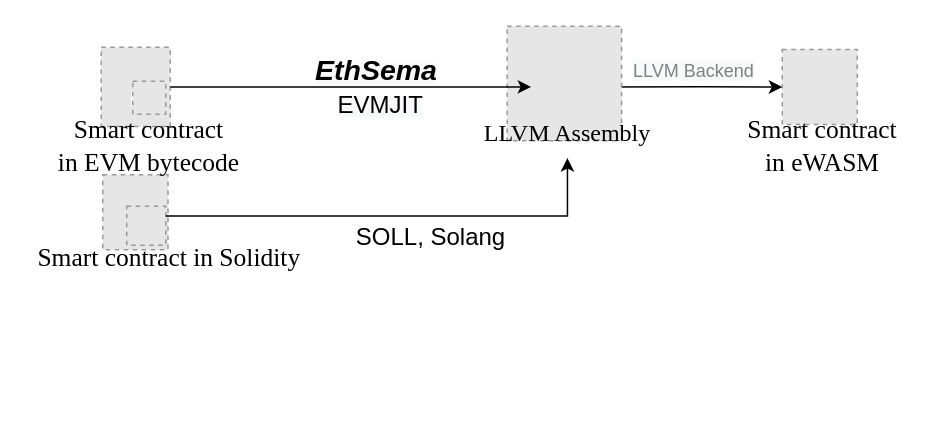
Earlier version of the draw.io diagram page "Copy of allworlflow" (10 of 14) of Untitled Diagram.drawio (Kenun99/drawio.repo). Source tidied: cells renumbered, new cells numbered last; positions are measured from the earlier drawing's top-left corner, leaving out a move shared by most shapes. Both pictures are drawn from the tidied source at 150%, with x=0, y=0 at pixel (26, 26). Pictures stored in the file or linked from it are replaced by grey dashed boxes.
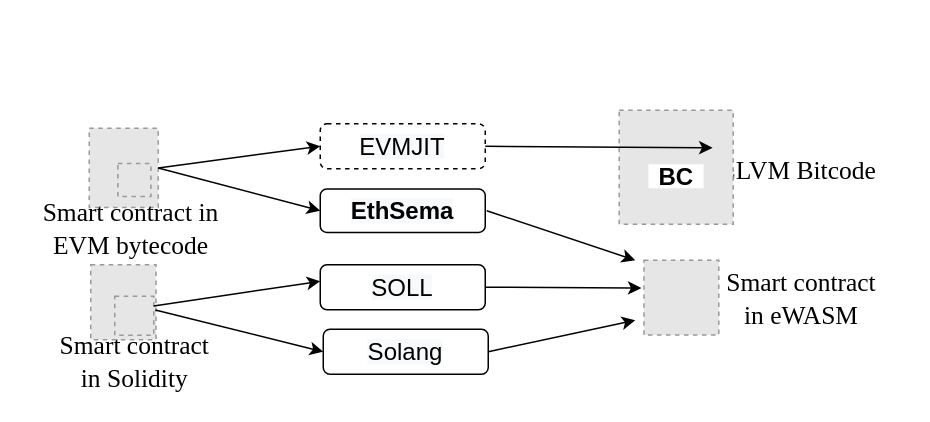
Above is the later version.

Unchanged cells that the change refers to:
```xml
<mxCell id="12" style="fillColor=#E6E6E6;strokeColor=#999999;dashed=1;verticalLabelPosition=bottom;labelBackgroundColor=#ffffff;verticalAlign=top;fontSize=18;" parent="11" vertex="1">
  <mxGeometry width="43.5" height="50" as="geometry" />
</mxCell>
<mxCell id="18" style="fillColor=#E6E6E6;strokeColor=#999999;dashed=1;verticalLabelPosition=bottom;labelBackgroundColor=default;verticalAlign=top;" parent="11" vertex="1">
  <mxGeometry x="16" y="21" width="26" height="26" as="geometry" />
</mxCell>
```

What changed in the source:
```diff
@@
     <mxCell id="2" style="fillColor=#E6E6E6;strokeColor=#999999;dashed=1;verticalLabelPosition=bottom;labelBackgroundColor=#ffffff;verticalAlign=top;fontColor=#000000;fontSize=18;" parent="1" vertex="1">
-      <mxGeometry x="504" y="15.5" width="50" height="50" as="geometry" />
+      <mxGeometry x="411.8" y="156" width="49.9" height="49.9" as="geometry" />
     </mxCell>
     <mxCell id="3" value="&lt;font style=&quot;font-size: 17px&quot; color=&quot;#000000&quot;&gt;Smart contract&lt;br&gt;in eWASM&lt;/font&gt;" style="text;html=1;strokeColor=none;fillColor=none;align=center;verticalAlign=middle;whiteSpace=wrap;rounded=0;labelBackgroundColor=none;fontFamily=Times New Roman;fontSize=18;fontColor=#666666;fontStyle=0;" parent="1" vertex="1">
-      <mxGeometry x="476" y="65" width="110" height="30" as="geometry" />
+      <mxGeometry x="461.8" y="166.6" width="110" height="30" as="geometry" />
     </mxCell>
-    <mxCell id="4" style="edgeStyle=orthogonalEdgeStyle;rounded=0;jettySize=auto;html=1;exitX=0.78;exitY=0.53;exitDx=0;exitDy=0;fontSize=17;exitPerimeter=0;" parent="1" edge="1" source="9" target="2">
-      <mxGeometry relative="1" as="geometry" />
-    </mxCell>
-    <mxCell id="5" value="&lt;font style=&quot;font-size: 16px&quot;&gt;SOLL, Solang&lt;/font&gt;" style="text;html=1;strokeColor=none;fillColor=none;align=center;verticalAlign=middle;whiteSpace=wrap;rounded=0;fontSize=17;fontColor=#000000;" parent="1" vertex="1">
-      <mxGeometry x="187" y="133" width="166" height="15" as="geometry" />
-    </mxCell>
-    <mxCell id="6" value="&lt;i style=&quot;color: rgb(0 , 0 , 0) ; font-family: &amp;#34;helvetica&amp;#34; ; font-weight: 400 ; letter-spacing: normal ; text-align: center ; text-indent: 0px ; text-transform: none ; word-spacing: 0px ; background-color: rgb(248 , 249 , 250)&quot;&gt;&lt;b&gt;&lt;font style=&quot;font-size: 19px&quot;&gt;EthSema&lt;/font&gt;&lt;/b&gt;&lt;/i&gt;" style="text;whiteSpace=wrap;html=1;fontSize=12;fontColor=#808080;" parent="1" vertex="1">
-      <mxGeometry x="191" y="12" width="100" height="30" as="geometry" />
-    </mxCell>
-    <mxCell id="7" value="&lt;span style=&quot;color: rgb(0 , 0 , 0) ; font-family: &amp;#34;helvetica&amp;#34; ; font-style: normal ; font-weight: 400 ; letter-spacing: normal ; text-align: center ; text-indent: 0px ; text-transform: none ; word-spacing: 0px ; background-color: rgb(248 , 249 , 250) ; display: inline ; float: none&quot;&gt;&lt;font style=&quot;font-size: 16px&quot;&gt;EVMJIT&lt;/font&gt;&lt;/span&gt;" style="text;whiteSpace=wrap;html=1;fontSize=12;fontColor=#808080;" parent="1" vertex="1">
-      <mxGeometry x="206" y="36" width="60" height="30" as="geometry" />
-    </mxCell>
-    <mxCell id="8" value="&lt;span style=&quot;font-family: &amp;#34;helvetica&amp;#34; ; font-size: 12px ; font-style: normal ; font-weight: 400 ; letter-spacing: normal ; text-align: center ; text-indent: 0px ; text-transform: none ; word-spacing: 0px ; background-color: rgb(248 , 249 , 250) ; display: inline ; float: none&quot;&gt;&lt;font color=&quot;#808080&quot;&gt;LLVM Backend&lt;/font&gt;&lt;/span&gt;" style="text;whiteSpace=wrap;html=1;" parent="1" vertex="1">
-      <mxGeometry x="403" y="15.5" width="110" height="30" as="geometry" />
-    </mxCell>
-    <mxCell id="9" style="fillColor=#E6E6E6;strokeColor=#999999;dashed=1;verticalLabelPosition=bottom;labelBackgroundColor=default;verticalAlign=top;" parent="1" vertex="1">
-      <mxGeometry x="320.6" width="76.3" height="76.3" as="geometry" />
-    </mxCell>
-    <mxCell id="10" value="&lt;font color=&quot;#000000&quot; style=&quot;font-size: 16px&quot;&gt;LLVM Assembly&lt;/font&gt;" style="text;html=1;align=center;verticalAlign=middle;whiteSpace=wrap;rounded=0;labelBackgroundColor=none;fontFamily=Times New Roman;fontSize=18;" parent="1" vertex="1">
-      <mxGeometry x="275.8" y="54.3" width="170" height="33.6" as="geometry" />
-    </mxCell>
     <mxCell id="11" style="group;" parent="1" vertex="1">
-      <mxGeometry x="51" y="99" width="46" height="52.9" as="geometry" />
+      <mxGeometry x="43" y="159" width="46" height="52.9" as="geometry" />
     </mxCell>
@@
-    <mxCell id="19" style="edgeStyle=orthogonalEdgeStyle;rounded=0;jettySize=auto;html=1;exitX=1;exitY=0.25;exitDx=0;exitDy=0;" parent="1" edge="1" source="18" target="10">
-      <mxGeometry relative="1" as="geometry" />
-    </mxCell>
-    <mxCell id="20" value="&lt;font style=&quot;font-size: 17px&quot;&gt;Smart contract in Solidity&lt;/font&gt;" style="text;strokeColor=none;fillColor=none;html=1;fontSize=18;fontStyle=0;verticalAlign=middle;align=center;fontFamily=Times New Roman;fontColor=#000000;rounded=0;labelBackgroundColor=none;" parent="1" vertex="1">
-      <mxGeometry y="145" width="189" height="17.4" as="geometry" />
+    <mxCell id="20" value="&lt;font style=&quot;font-size: 17px&quot;&gt;Smart contract &lt;br&gt;in Solidity&lt;/font&gt;" style="text;strokeColor=none;fillColor=none;html=1;fontSize=18;fontStyle=0;verticalAlign=middle;align=center;fontFamily=Times New Roman;fontColor=#000000;rounded=0;labelBackgroundColor=none;" parent="1" vertex="1">
+      <mxGeometry x="22" y="215.9" width="99" height="17.1" as="geometry" />
     </mxCell>
     <mxCell id="21" style="edgeStyle=orthogonalEdgeStyle;rounded=0;orthogonalLoop=1;jettySize=auto;html=1;exitX=0.5;exitY=1;exitDx=0;exitDy=0;fontFamily=Times New Roman;fontSize=18;fontColor=#666666;" parent="1" edge="1">
       <mxGeometry relative="1" as="geometry">
-        <mxPoint x="114" y="102" as="sourcePoint" />
-        <mxPoint x="114" y="102" as="targetPoint" />
+        <mxPoint x="95" y="158" as="sourcePoint" />
+        <mxPoint x="95" y="158" as="targetPoint" />
       </mxGeometry>
     </mxCell>
     <mxCell id="22" style="group;" parent="1" vertex="1">
-      <mxGeometry x="50" y="12" width="108" height="82.9" as="geometry" />
+      <mxGeometry x="28" y="68" width="108" height="82.9" as="geometry" />
     </mxCell>
     <mxCell id="23" style="fillColor=#E6E6E6;strokeColor=#999999;dashed=1;verticalLabelPosition=bottom;labelBackgroundColor=#ffffff;verticalAlign=top;fontSize=18;" parent="22" vertex="1">
-      <mxGeometry y="2" width="46" height="52.9" as="geometry" />
+      <mxGeometry x="14" width="46" height="52.9" as="geometry" />
     </mxCell>
     <mxCell id="24" style="rounded=0;whiteSpace=wrap;html=1;strokeColor=none;" parent="22" vertex="1">
-      <mxGeometry x="20" y="31.4" width="10" height="10" as="geometry" />
+      <mxGeometry x="34" y="29.4" width="10" height="10" as="geometry" />
     </mxCell>
     <mxCell id="25" style="rounded=0;whiteSpace=wrap;html=1;strokeColor=none;" parent="22" vertex="1">
-      <mxGeometry x="24.1" y="26.4" width="10" height="10" as="geometry" />
+      <mxGeometry x="38.1" y="24.4" width="10" height="10" as="geometry" />
     </mxCell>
     <mxCell id="26" style="rounded=0;whiteSpace=wrap;html=1;strokeColor=none;" parent="22" vertex="1">
-      <mxGeometry x="24.1" y="35.4" width="10" height="10" as="geometry" />
+      <mxGeometry x="37.1" y="35.4" width="10" height="10" as="geometry" />
     </mxCell>
     <mxCell id="27" style="rounded=0;whiteSpace=wrap;html=1;strokeColor=none;" parent="22" vertex="1">
-      <mxGeometry x="29" y="26.4" width="10" height="10" as="geometry" />
+      <mxGeometry x="43" y="24.4" width="10" height="10" as="geometry" />
     </mxCell>
     <mxCell id="28" style="rounded=0;whiteSpace=wrap;html=1;strokeColor=none;" parent="22" vertex="1">
-      <mxGeometry x="29.1" y="35.4" width="10" height="10" as="geometry" />
+      <mxGeometry x="43.1" y="34.4" width="10" height="10" as="geometry" />
     </mxCell>
+    <mxCell id="30" value="&lt;font style=&quot;font-size: 17px&quot; color=&quot;#000000&quot;&gt;Smart contract in EVM bytecode&lt;/font&gt;" style="text;html=1;strokeColor=none;fillColor=none;align=center;verticalAlign=middle;whiteSpace=wrap;rounded=0;labelBackgroundColor=none;fontFamily=Times New Roman;fontSize=18;fontColor=#666666;fontStyle=0;" parent="22" vertex="1">
+      <mxGeometry x="-20" y="51.9" width="124" height="30" as="geometry" />
+    </mxCell>
     <mxCell id="29" style="fillColor=#E6E6E6;strokeColor=#999999;dashed=1;verticalLabelPosition=bottom;labelBackgroundColor=#ffffff;verticalAlign=top;fontSize=18;" parent="22" vertex="1">
-      <mxGeometry x="21" y="24.6" width="22" height="22" as="geometry" />
+      <mxGeometry x="33.1" y="23.5" width="22" height="22" as="geometry" />
     </mxCell>
-    <mxCell id="30" value="&lt;font style=&quot;font-size: 17px&quot; color=&quot;#000000&quot;&gt;Smart contract&lt;br&gt;in EVM bytecode&lt;/font&gt;" style="text;html=1;strokeColor=none;fillColor=none;align=center;verticalAlign=middle;whiteSpace=wrap;rounded=0;labelBackgroundColor=none;fontFamily=Times New Roman;fontSize=18;fontColor=#666666;fontStyle=0;" parent="22" vertex="1">
-      <mxGeometry x="-44" y="52.9" width="152" height="30" as="geometry" />
-    </mxCell>
-    <mxCell id="31" style="edgeStyle=orthogonalEdgeStyle;rounded=0;jettySize=auto;html=1;entryX=0.21;entryY=0.53;entryDx=0;entryDy=0;entryPerimeter=0;" parent="1" edge="1" source="23" target="9">
-      <mxGeometry relative="1" as="geometry" />
-    </mxCell>
+    <mxCell id="32" value="&lt;font color=&quot;#000000&quot;&gt;&lt;span style=&quot;font-size: 17px&quot;&gt;LLVM Bitcode&lt;/span&gt;&lt;/font&gt;" style="text;html=1;strokeColor=none;fillColor=none;align=center;verticalAlign=middle;whiteSpace=wrap;rounded=0;labelBackgroundColor=none;fontFamily=Times New Roman;fontSize=18;fontColor=#666666;fontStyle=0;" parent="1" vertex="1">
+      <mxGeometry x="459.8" y="80.5" width="110" height="30" as="geometry" />
+    </mxCell>
+    <mxCell id="33" style="fillColor=#E6E6E6;strokeColor=#999999;dashed=1;verticalLabelPosition=bottom;labelBackgroundColor=default;verticalAlign=top;" parent="1" vertex="1">
+      <mxGeometry x="395.3" y="56" width="76" height="76" as="geometry" />
+    </mxCell>
+    <mxCell id="34" value="&lt;b&gt;BC&lt;/b&gt;" style="rounded=0;whiteSpace=wrap;html=1;fontSize=16;strokeColor=none;" parent="1" vertex="1">
+      <mxGeometry x="414.8" y="92" width="36.8" height="16" as="geometry" />
+    </mxCell>
+    <mxCell id="7" value="&lt;span style=&quot;color: rgb(0, 0, 0); font-family: helvetica; font-size: 16px; font-style: normal; font-weight: 400; letter-spacing: normal; text-align: center; text-indent: 0px; text-transform: none; word-spacing: 0px; background-color: rgb(248, 249, 250); display: inline; float: none;&quot;&gt;EVMJIT&lt;/span&gt;" style="rounded=1;whiteSpace=wrap;html=1;fontSize=16;fillColor=default;dashed=1;" parent="1" vertex="1">
+      <mxGeometry x="196" y="65" width="110" height="30" as="geometry" />
+    </mxCell>
+    <mxCell id="6" value="&lt;span style=&quot;color: rgb(0, 0, 0); font-family: helvetica; font-size: 16px; font-style: normal; letter-spacing: normal; text-align: center; text-indent: 0px; text-transform: none; word-spacing: 0px; background-color: rgb(248, 249, 250); display: inline; float: none;&quot;&gt;EthSema&lt;/span&gt;" style="rounded=1;whiteSpace=wrap;html=1;fontSize=16;fillColor=default;fontStyle=1;" parent="1" vertex="1">
+      <mxGeometry x="196" y="108.5" width="110" height="29" as="geometry" />
+    </mxCell>
+    <mxCell id="35" style="endArrow=classic;html=1;rounded=0;fontSize=16;exitX=1;exitY=0.25;exitDx=0;exitDy=0;" parent="1" edge="1" source="18">
+      <mxGeometry relative="1" as="geometry">
+        <mxPoint x="196" y="170" as="targetPoint" />
+      </mxGeometry>
+    </mxCell>
+    <mxCell id="36" style="endArrow=classic;html=1;rounded=0;fontSize=16;exitX=0.99;exitY=0.604;exitDx=0;exitDy=0;exitPerimeter=0;entryX=0;entryY=0.5;entryDx=0;entryDy=0;" parent="1" edge="1" source="12" target="43">
+      <mxGeometry relative="1" as="geometry" />
+    </mxCell>
+    <mxCell id="37" style="endArrow=classic;html=1;rounded=0;fontSize=16;entryX=-0.034;entryY=0.371;entryDx=0;entryDy=0;exitX=1;exitY=0.5;exitDx=0;exitDy=0;entryPerimeter=0;" parent="1" edge="1" source="42" target="2">
+      <mxGeometry relative="1" as="geometry" />
+    </mxCell>
+    <mxCell id="38" style="endArrow=classic;html=1;rounded=0;fontSize=16;exitX=1;exitY=0.5;exitDx=0;exitDy=0;" parent="1" edge="1" source="43">
+      <mxGeometry relative="1" as="geometry">
+        <mxPoint x="406" y="196" as="targetPoint" />
+      </mxGeometry>
+    </mxCell>
+    <mxCell id="39" style="endArrow=classic;html=1;rounded=0;fontSize=16;exitX=1;exitY=0.5;exitDx=0;exitDy=0;" parent="1" edge="1">
+      <mxGeometry relative="1" as="geometry">
+        <mxPoint x="307" y="123" as="sourcePoint" />
+        <mxPoint x="406" y="156" as="targetPoint" />
+      </mxGeometry>
+    </mxCell>
+    <mxCell id="40" style="endArrow=classic;html=1;rounded=0;fontSize=16;exitX=1;exitY=0.5;exitDx=0;exitDy=0;entryX=0;entryY=0.5;entryDx=0;entryDy=0;" parent="1" edge="1" source="23" target="6">
+      <mxGeometry relative="1" as="geometry" />
+    </mxCell>
+    <mxCell id="41" style="endArrow=classic;html=1;rounded=0;fontSize=16;exitX=1;exitY=0.5;exitDx=0;exitDy=0;entryX=0.819;entryY=0.329;entryDx=0;entryDy=0;entryPerimeter=0;" parent="1" edge="1" source="7" target="33">
+      <mxGeometry relative="1" as="geometry" />
+    </mxCell>
+    <mxCell id="42" value="&lt;span style=&quot;color: rgb(0 , 0 , 0) ; font-family: &amp;#34;helvetica&amp;#34; ; font-size: 16px ; font-style: normal ; font-weight: 400 ; letter-spacing: normal ; text-align: center ; text-indent: 0px ; text-transform: none ; word-spacing: 0px ; background-color: rgb(248 , 249 , 250) ; display: inline ; float: none&quot;&gt;SOLL&lt;/span&gt;" style="rounded=1;whiteSpace=wrap;html=1;fontSize=16;fillColor=default;" parent="1" vertex="1">
+      <mxGeometry x="196" y="159" width="110" height="30" as="geometry" />
+    </mxCell>
+    <mxCell id="43" value="&lt;span style=&quot;color: rgb(0 , 0 , 0) ; font-family: &amp;#34;helvetica&amp;#34; ; font-size: 16px ; font-style: normal ; font-weight: 400 ; letter-spacing: normal ; text-align: center ; text-indent: 0px ; text-transform: none ; word-spacing: 0px ; background-color: rgb(248 , 249 , 250) ; display: inline ; float: none&quot;&gt;Solang&lt;/span&gt;" style="rounded=1;whiteSpace=wrap;html=1;fontSize=16;fillColor=default;" parent="1" vertex="1">
+      <mxGeometry x="198" y="202" width="110" height="30" as="geometry" />
+    </mxCell>
+    <mxCell id="44" style="endArrow=classic;html=1;rounded=0;fontSize=16;exitX=1;exitY=0.5;exitDx=0;exitDy=0;entryX=0;entryY=0.5;entryDx=0;entryDy=0;" parent="1" edge="1" source="23" target="7">
+      <mxGeometry relative="1" as="geometry" />
+    </mxCell>
```
